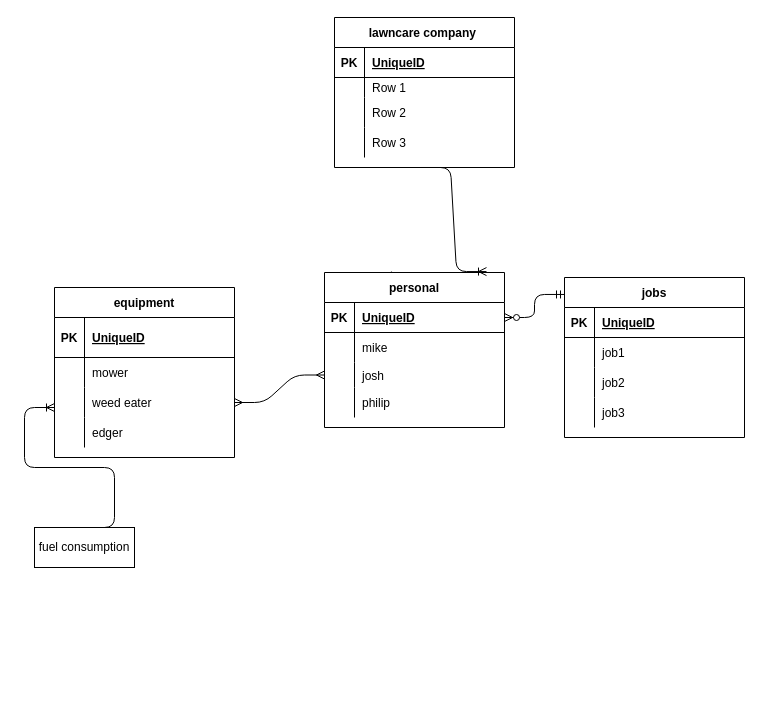
Earlier version of the draw.io diagram Untitled Diagram.drawio (ElijahCrain/portfolioRepo). Source tidied: cells renumbered, new cells numbered last; positions are measured from the earlier drawing's top-left corner, leaving out a move shared by most shapes. Both pictures are drawn from the tidied source at 100%, with x=0, y=0 at pixel (34, 17).
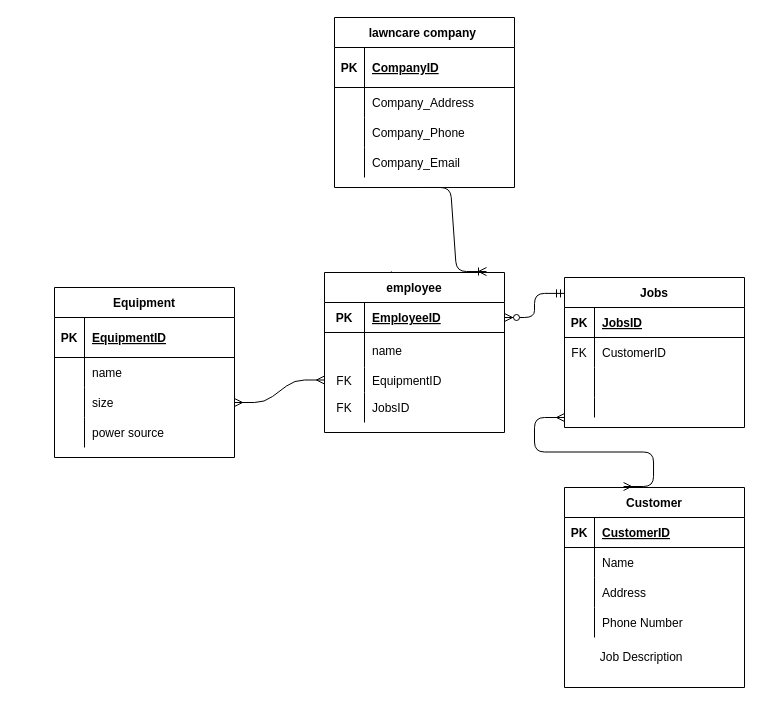
The same diagram, later.

The change refers to these unchanged cells:
```xml
<mxCell id="16" style="shape=partialRectangle;fillColor=none;top=0;left=0;bottom=1;right=0;" parent="15" vertex="1">
  <mxGeometry y="30" width="180" height="40" as="geometry" />
</mxCell>
<mxCell id="19" style="shape=partialRectangle;fillColor=none;top=0;left=0;bottom=0;right=0;" parent="15" vertex="1">
  <mxGeometry y="70" width="180" height="30" as="geometry" />
</mxCell>
<mxCell id="22" style="shape=partialRectangle;fillColor=none;top=0;left=0;bottom=0;right=0;points=[[0,0.5],[1,0.5]];portConstraint=eastwest;" parent="15" vertex="1">
  <mxGeometry y="100" width="180" height="30" as="geometry" />
</mxCell>
<mxCell id="25" style="shape=partialRectangle;fillColor=none;top=0;left=0;bottom=0;right=0;" parent="15" vertex="1">
  <mxGeometry y="130" width="180" height="30" as="geometry" />
</mxCell>
<mxCell id="30" style="shape=partialRectangle;fillColor=none;top=0;left=0;bottom=1;right=0;" parent="29" vertex="1">
  <mxGeometry y="30" width="180" height="30" as="geometry" />
</mxCell>
<mxCell id="33" style="shape=partialRectangle;fillColor=none;top=0;left=0;bottom=0;right=0;" parent="29" vertex="1">
  <mxGeometry y="60" width="180" height="30" as="geometry" />
</mxCell>
<mxCell id="36" style="shape=partialRectangle;fillColor=none;top=0;left=0;bottom=0;right=0;" parent="29" vertex="1">
  <mxGeometry y="90" width="180" height="30" as="geometry" />
</mxCell>
<mxCell id="44" style="shape=partialRectangle;fillColor=none;top=0;left=0;bottom=1;right=0;points=[[0,0.5],[1,0.5]];portConstraint=eastwest;" parent="43" vertex="1">
  <mxGeometry y="30" width="180" height="30" as="geometry" />
</mxCell>
```

The edit, as a diff of the source:
```diff
@@
     <mxCell id="2" value="lawncare company " style="shape=table;startSize=30;childLayout=tableLayout;rowLines=0;fontStyle=1;align=center;" parent="1" vertex="1">
-      <mxGeometry x="300" width="180" height="150" as="geometry" />
+      <mxGeometry x="300" width="180" height="170" as="geometry" />
     </mxCell>
     <mxCell id="3" style="shape=partialRectangle;fillColor=none;top=0;left=0;bottom=1;right=0;" parent="2" vertex="1">
-      <mxGeometry y="30" width="180" height="30" as="geometry" />
+      <mxGeometry y="30" width="180" height="40" as="geometry" />
     </mxCell>
     <mxCell id="4" value="PK" style="shape=partialRectangle;fillColor=none;top=0;left=0;bottom=0;right=0;fontStyle=1;overflow=hidden;" parent="3" vertex="1">
-      <mxGeometry width="30" height="30" as="geometry" />
+      <mxGeometry width="30" height="40" as="geometry" />
     </mxCell>
-    <mxCell id="5" value="UniqueID" style="shape=partialRectangle;fillColor=none;top=0;left=0;bottom=0;right=0;align=left;spacingLeft=6;fontStyle=5;overflow=hidden;" parent="3" vertex="1">
-      <mxGeometry x="30" width="150" height="30" as="geometry" />
+    <mxCell id="5" value="CompanyID" style="shape=partialRectangle;fillColor=none;top=0;left=0;bottom=0;right=0;align=left;spacingLeft=6;fontStyle=5;overflow=hidden;" parent="3" vertex="1">
+      <mxGeometry x="30" width="150" height="40" as="geometry" />
     </mxCell>
     <mxCell id="6" style="shape=partialRectangle;fillColor=none;top=0;left=0;bottom=0;right=0;" parent="2" vertex="1">
-      <mxGeometry y="60" width="180" height="20" as="geometry" />
+      <mxGeometry y="70" width="180" height="30" as="geometry" />
     </mxCell>
     <mxCell id="7" style="shape=partialRectangle;fillColor=none;top=0;left=0;bottom=0;right=0;overflow=hidden;" parent="6" vertex="1">
-      <mxGeometry width="30" height="20" as="geometry" />
+      <mxGeometry width="30" height="30" as="geometry" />
     </mxCell>
-    <mxCell id="8" value="Row 1" style="shape=partialRectangle;fillColor=none;top=0;left=0;bottom=0;right=0;align=left;spacingLeft=6;overflow=hidden;" parent="6" vertex="1">
-      <mxGeometry x="30" width="150" height="20" as="geometry" />
+    <mxCell id="8" value="Company_Address" style="shape=partialRectangle;fillColor=none;top=0;left=0;bottom=0;right=0;align=left;spacingLeft=6;overflow=hidden;" parent="6" vertex="1">
+      <mxGeometry x="30" width="150" height="30" as="geometry" />
     </mxCell>
     <mxCell id="9" style="shape=partialRectangle;fillColor=none;top=0;left=0;bottom=0;right=0;" parent="2" vertex="1">
-      <mxGeometry y="80" width="180" height="30" as="geometry" />
+      <mxGeometry y="100" width="180" height="30" as="geometry" />
     </mxCell>
@@
-    <mxCell id="11" value="Row 2" style="shape=partialRectangle;fillColor=none;top=0;left=0;bottom=0;right=0;align=left;spacingLeft=6;overflow=hidden;" parent="9" vertex="1">
+    <mxCell id="11" value="Company_Phone" style="shape=partialRectangle;fillColor=none;top=0;left=0;bottom=0;right=0;align=left;spacingLeft=6;overflow=hidden;" parent="9" vertex="1">
       <mxGeometry x="30" width="150" height="30" as="geometry" />
     </mxCell>
     <mxCell id="12" style="shape=partialRectangle;fillColor=none;top=0;left=0;bottom=0;right=0;points=[[0,0.5],[1,0.5]];portConstraint=eastwest;" parent="2" vertex="1">
-      <mxGeometry y="110" width="180" height="30" as="geometry" />
+      <mxGeometry y="130" width="180" height="30" as="geometry" />
     </mxCell>
@@
-    <mxCell id="14" value="Row 3" style="shape=partialRectangle;fillColor=none;top=0;left=0;bottom=0;right=0;align=left;spacingLeft=6;overflow=hidden;" parent="12" vertex="1">
+    <mxCell id="14" value="Company_Email" style="shape=partialRectangle;fillColor=none;top=0;left=0;bottom=0;right=0;align=left;spacingLeft=6;overflow=hidden;" parent="12" vertex="1">
       <mxGeometry x="30" width="150" height="30" as="geometry" />
     </mxCell>
-    <mxCell id="15" value="equipment" style="shape=table;startSize=30;childLayout=tableLayout;rowLines=0;fontStyle=1;align=center;" parent="1" vertex="1">
+    <mxCell id="15" value="Equipment" style="shape=table;startSize=30;childLayout=tableLayout;rowLines=0;fontStyle=1;align=center;" parent="1" vertex="1">
       <mxGeometry x="20" y="270" width="180" height="170" as="geometry" />
     </mxCell>
@@
-    <mxCell id="18" value="UniqueID" style="shape=partialRectangle;fillColor=none;top=0;left=0;bottom=0;right=0;align=left;spacingLeft=6;fontStyle=5;overflow=hidden;" parent="16" vertex="1">
+    <mxCell id="18" value="EquipmentID" style="shape=partialRectangle;fillColor=none;top=0;left=0;bottom=0;right=0;align=left;spacingLeft=6;fontStyle=5;overflow=hidden;" parent="16" vertex="1">
       <mxGeometry x="30" width="150" height="40" as="geometry" />
     </mxCell>
@@
-    <mxCell id="21" value="mower" style="shape=partialRectangle;fillColor=none;top=0;left=0;bottom=0;right=0;align=left;spacingLeft=6;overflow=hidden;" parent="19" vertex="1">
+    <mxCell id="21" value="name" style="shape=partialRectangle;fillColor=none;top=0;left=0;bottom=0;right=0;align=left;spacingLeft=6;overflow=hidden;" parent="19" vertex="1">
       <mxGeometry x="30" width="150" height="30" as="geometry" />
     </mxCell>
@@
-    <mxCell id="24" value="weed eater" style="shape=partialRectangle;fillColor=none;top=0;left=0;bottom=0;right=0;align=left;spacingLeft=6;overflow=hidden;" parent="22" vertex="1">
+    <mxCell id="24" value="size" style="shape=partialRectangle;fillColor=none;top=0;left=0;bottom=0;right=0;align=left;spacingLeft=6;overflow=hidden;" parent="22" vertex="1">
       <mxGeometry x="30" width="150" height="30" as="geometry" />
     </mxCell>
@@
-    <mxCell id="27" value="edger" style="shape=partialRectangle;fillColor=none;top=0;left=0;bottom=0;right=0;align=left;spacingLeft=6;overflow=hidden;" parent="25" vertex="1">
+    <mxCell id="27" value="power source " style="shape=partialRectangle;fillColor=none;top=0;left=0;bottom=0;right=0;align=left;spacingLeft=6;overflow=hidden;" parent="25" vertex="1">
       <mxGeometry x="30" width="150" height="30" as="geometry" />
     </mxCell>
@@
-    <mxCell id="29" value="jobs" style="shape=table;startSize=30;childLayout=tableLayout;rowLines=0;fontStyle=1;align=center;" parent="1" vertex="1">
-      <mxGeometry x="530" y="260" width="180" height="160" as="geometry" />
+    <mxCell id="29" value="Jobs" style="shape=table;startSize=30;childLayout=tableLayout;rowLines=0;fontStyle=1;align=center;" parent="1" vertex="1">
+      <mxGeometry x="530" y="260" width="180" height="150" as="geometry" />
     </mxCell>
@@
-    <mxCell id="32" value="UniqueID" style="shape=partialRectangle;fillColor=none;top=0;left=0;bottom=0;right=0;align=left;spacingLeft=6;fontStyle=5;overflow=hidden;" parent="30" vertex="1">
+    <mxCell id="32" value="JobsID" style="shape=partialRectangle;fillColor=none;top=0;left=0;bottom=0;right=0;align=left;spacingLeft=6;fontStyle=5;overflow=hidden;" parent="30" vertex="1">
       <mxGeometry x="30" width="150" height="30" as="geometry" />
     </mxCell>
@@
-    <mxCell id="34" style="shape=partialRectangle;fillColor=none;top=0;left=0;bottom=0;right=0;overflow=hidden;" parent="33" vertex="1">
+    <mxCell id="34" value="FK" style="shape=partialRectangle;fillColor=none;top=0;left=0;bottom=0;right=0;overflow=hidden;" parent="33" vertex="1">
       <mxGeometry width="30" height="30" as="geometry" />
     </mxCell>
-    <mxCell id="35" value="job1" style="shape=partialRectangle;fillColor=none;top=0;left=0;bottom=0;right=0;align=left;spacingLeft=6;overflow=hidden;" parent="33" vertex="1">
+    <mxCell id="35" value="CustomerID" style="shape=partialRectangle;fillColor=none;top=0;left=0;bottom=0;right=0;align=left;spacingLeft=6;overflow=hidden;" parent="33" vertex="1">
       <mxGeometry x="30" width="150" height="30" as="geometry" />
     </mxCell>
@@
-    <mxCell id="38" value="job2" style="shape=partialRectangle;fillColor=none;top=0;left=0;bottom=0;right=0;align=left;spacingLeft=6;overflow=hidden;" parent="36" vertex="1">
+    <mxCell id="38" style="shape=partialRectangle;fillColor=none;top=0;left=0;bottom=0;right=0;align=left;spacingLeft=6;overflow=hidden;" parent="36" vertex="1">
       <mxGeometry x="30" width="150" height="30" as="geometry" />
     </mxCell>
     <mxCell id="39" style="shape=partialRectangle;fillColor=none;top=0;left=0;bottom=0;right=0;" parent="29" vertex="1">
-      <mxGeometry y="120" width="180" height="30" as="geometry" />
+      <mxGeometry y="120" width="180" height="20" as="geometry" />
     </mxCell>
     <mxCell id="40" style="shape=partialRectangle;fillColor=none;top=0;left=0;bottom=0;right=0;overflow=hidden;" parent="39" vertex="1">
-      <mxGeometry width="30" height="30" as="geometry" />
+      <mxGeometry width="30" height="20" as="geometry" />
     </mxCell>
-    <mxCell id="41" value="job3" style="shape=partialRectangle;fillColor=none;top=0;left=0;bottom=0;right=0;align=left;spacingLeft=6;overflow=hidden;" parent="39" vertex="1">
-      <mxGeometry x="30" width="150" height="30" as="geometry" />
+    <mxCell id="41" style="shape=partialRectangle;fillColor=none;top=0;left=0;bottom=0;right=0;align=left;spacingLeft=6;overflow=hidden;" parent="39" vertex="1">
+      <mxGeometry x="30" width="150" height="20" as="geometry" />
     </mxCell>
@@
-    <mxCell id="43" value="personal" style="shape=table;startSize=30;childLayout=tableLayout;rowLines=0;fontStyle=1;align=center;" parent="1" vertex="1">
-      <mxGeometry x="290" y="255" width="180" height="155" as="geometry" />
+    <mxCell id="43" value="employee" style="shape=table;startSize=30;childLayout=tableLayout;rowLines=0;fontStyle=1;align=center;" parent="1" vertex="1">
+      <mxGeometry x="290" y="255" width="180" height="160" as="geometry" />
     </mxCell>
@@
     <mxCell id="45" value="PK" style="shape=partialRectangle;fillColor=none;top=0;left=0;bottom=0;right=0;fontStyle=1;overflow=hidden;" parent="44" vertex="1">
-      <mxGeometry width="30" height="30" as="geometry" />
+      <mxGeometry width="40" height="30" as="geometry" />
     </mxCell>
-    <mxCell id="46" value="UniqueID" style="shape=partialRectangle;fillColor=none;top=0;left=0;bottom=0;right=0;align=left;spacingLeft=6;fontStyle=5;overflow=hidden;" parent="44" vertex="1">
-      <mxGeometry x="30" width="150" height="30" as="geometry" />
+    <mxCell id="46" value="EmployeeID" style="shape=partialRectangle;fillColor=none;top=0;left=0;bottom=0;right=0;align=left;spacingLeft=6;fontStyle=5;overflow=hidden;" parent="44" vertex="1">
+      <mxGeometry x="40" width="140" height="30" as="geometry" />
     </mxCell>
     <mxCell id="47" style="shape=partialRectangle;fillColor=none;top=0;left=0;bottom=0;right=0;" parent="43" vertex="1">
-      <mxGeometry y="60" width="180" height="30" as="geometry" />
+      <mxGeometry y="60" width="180" height="35" as="geometry" />
     </mxCell>
     <mxCell id="48" style="shape=partialRectangle;fillColor=none;top=0;left=0;bottom=0;right=0;overflow=hidden;" parent="47" vertex="1">
-      <mxGeometry width="30" height="30" as="geometry" />
+      <mxGeometry width="40" height="35" as="geometry" />
     </mxCell>
-    <mxCell id="49" value="mike" style="shape=partialRectangle;fillColor=none;top=0;left=0;bottom=0;right=0;align=left;spacingLeft=6;overflow=hidden;" parent="47" vertex="1">
-      <mxGeometry x="30" width="150" height="30" as="geometry" />
+    <mxCell id="49" value="name" style="shape=partialRectangle;fillColor=none;top=0;left=0;bottom=0;right=0;align=left;spacingLeft=6;overflow=hidden;" parent="47" vertex="1">
+      <mxGeometry x="40" width="140" height="35" as="geometry" />
     </mxCell>
     <mxCell id="50" style="shape=partialRectangle;fillColor=none;top=0;left=0;bottom=0;right=0;points=[[0,0.5],[1,0.5]];portConstraint=eastwest;" parent="43" vertex="1">
-      <mxGeometry y="90" width="180" height="25" as="geometry" />
+      <mxGeometry y="95" width="180" height="25" as="geometry" />
     </mxCell>
-    <mxCell id="51" style="shape=partialRectangle;fillColor=none;top=0;left=0;bottom=0;right=0;overflow=hidden;" parent="50" vertex="1">
-      <mxGeometry width="30" height="25" as="geometry" />
+    <mxCell id="51" value="FK" style="shape=partialRectangle;fillColor=none;top=0;left=0;bottom=0;right=0;overflow=hidden;" parent="50" vertex="1">
+      <mxGeometry width="40" height="25" as="geometry" />
     </mxCell>
-    <mxCell id="52" value="josh" style="shape=partialRectangle;fillColor=none;top=0;left=0;bottom=0;right=0;align=left;spacingLeft=6;overflow=hidden;" parent="50" vertex="1">
-      <mxGeometry x="30" width="150" height="25" as="geometry" />
+    <mxCell id="52" value="EquipmentID" style="shape=partialRectangle;fillColor=none;top=0;left=0;bottom=0;right=0;align=left;spacingLeft=6;overflow=hidden;" parent="50" vertex="1">
+      <mxGeometry x="40" width="140" height="25" as="geometry" />
     </mxCell>
     <mxCell id="53" style="shape=partialRectangle;fillColor=none;top=0;left=0;bottom=0;right=0;" parent="43" vertex="1">
-      <mxGeometry y="115" width="180" height="30" as="geometry" />
+      <mxGeometry y="120" width="180" height="30" as="geometry" />
     </mxCell>
-    <mxCell id="54" style="shape=partialRectangle;fillColor=none;top=0;left=0;bottom=0;right=0;overflow=hidden;" parent="53" vertex="1">
-      <mxGeometry width="30" height="30" as="geometry" />
+    <mxCell id="54" value="FK" style="shape=partialRectangle;fillColor=none;top=0;left=0;bottom=0;right=0;overflow=hidden;" parent="53" vertex="1">
+      <mxGeometry width="40" height="30" as="geometry" />
     </mxCell>
-    <mxCell id="55" value="philip" style="shape=partialRectangle;fillColor=none;top=0;left=0;bottom=0;right=0;align=left;spacingLeft=6;overflow=hidden;" parent="53" vertex="1">
-      <mxGeometry x="30" width="150" height="30" as="geometry" />
+    <mxCell id="55" value="JobsID" style="shape=partialRectangle;fillColor=none;top=0;left=0;bottom=0;right=0;align=left;spacingLeft=6;overflow=hidden;" parent="53" vertex="1">
+      <mxGeometry x="40" width="140" height="30" as="geometry" />
     </mxCell>
@@
-    <mxCell id="58" value="fuel consumption" style="whiteSpace=wrap;html=1;align=center;" parent="1" vertex="1">
-      <mxGeometry y="510" width="100" height="40" as="geometry" />
-    </mxCell>
-    <mxCell id="59" style="edgeStyle=entityRelationEdgeStyle;fontSize=12;html=1;endArrow=ERoneToMany;exitX=0.5;exitY=0;exitDx=0;exitDy=0;" parent="1" edge="1" source="58">
-      <mxGeometry relative="1" as="geometry">
-        <mxPoint x="20" y="390" as="targetPoint" />
-      </mxGeometry>
-    </mxCell>
+    <mxCell id="60" value="Customer" style="shape=table;startSize=30;childLayout=tableLayout;rowLines=0;fontStyle=1;align=center;" parent="1" vertex="1">
+      <mxGeometry x="530" y="470" width="180" height="200" as="geometry" />
+    </mxCell>
+    <mxCell id="61" style="shape=partialRectangle;fillColor=none;top=0;left=0;bottom=1;right=0;" parent="60" vertex="1">
+      <mxGeometry y="30" width="180" height="30" as="geometry" />
+    </mxCell>
+    <mxCell id="62" value="PK" style="shape=partialRectangle;fillColor=none;top=0;left=0;bottom=0;right=0;fontStyle=1;overflow=hidden;" parent="61" vertex="1">
+      <mxGeometry width="30" height="30" as="geometry" />
+    </mxCell>
+    <mxCell id="63" value="CustomerID" style="shape=partialRectangle;fillColor=none;top=0;left=0;bottom=0;right=0;align=left;spacingLeft=6;fontStyle=5;overflow=hidden;" parent="61" vertex="1">
+      <mxGeometry x="30" width="150" height="30" as="geometry" />
+    </mxCell>
+    <mxCell id="64" style="shape=partialRectangle;fillColor=none;top=0;left=0;bottom=0;right=0;" parent="60" vertex="1">
+      <mxGeometry y="60" width="180" height="30" as="geometry" />
+    </mxCell>
+    <mxCell id="65" style="shape=partialRectangle;fillColor=none;top=0;left=0;bottom=0;right=0;overflow=hidden;" parent="64" vertex="1">
+      <mxGeometry width="30" height="30" as="geometry" />
+    </mxCell>
+    <mxCell id="66" value="Name" style="shape=partialRectangle;fillColor=none;top=0;left=0;bottom=0;right=0;align=left;spacingLeft=6;overflow=hidden;" parent="64" vertex="1">
+      <mxGeometry x="30" width="150" height="30" as="geometry" />
+    </mxCell>
+    <mxCell id="67" style="shape=partialRectangle;fillColor=none;top=0;left=0;bottom=0;right=0;" parent="60" vertex="1">
+      <mxGeometry y="90" width="180" height="30" as="geometry" />
+    </mxCell>
+    <mxCell id="68" style="shape=partialRectangle;fillColor=none;top=0;left=0;bottom=0;right=0;overflow=hidden;" parent="67" vertex="1">
+      <mxGeometry width="30" height="30" as="geometry" />
+    </mxCell>
+    <mxCell id="69" value="Address" style="shape=partialRectangle;fillColor=none;top=0;left=0;bottom=0;right=0;align=left;spacingLeft=6;overflow=hidden;" parent="67" vertex="1">
+      <mxGeometry x="30" width="150" height="30" as="geometry" />
+    </mxCell>
+    <mxCell id="70" style="shape=partialRectangle;fillColor=none;top=0;left=0;bottom=0;right=0;" parent="60" vertex="1">
+      <mxGeometry y="120" width="180" height="30" as="geometry" />
+    </mxCell>
+    <mxCell id="71" style="shape=partialRectangle;fillColor=none;top=0;left=0;bottom=0;right=0;overflow=hidden;" parent="70" vertex="1">
+      <mxGeometry width="30" height="30" as="geometry" />
+    </mxCell>
+    <mxCell id="72" value="Phone Number" style="shape=partialRectangle;fillColor=none;top=0;left=0;bottom=0;right=0;align=left;spacingLeft=6;overflow=hidden;" parent="70" vertex="1">
+      <mxGeometry x="30" width="150" height="30" as="geometry" />
+    </mxCell>
+    <mxCell id="73" value="&amp;nbsp; &amp;nbsp; &amp;nbsp; &amp;nbsp; &amp;nbsp; Job Description" style="text;html=1;align=center;verticalAlign=middle;" parent="1" vertex="1">
+      <mxGeometry x="525" y="630" width="130" height="20" as="geometry" />
+    </mxCell>
+    <mxCell id="74" style="edgeStyle=entityRelationEdgeStyle;fontSize=12;html=1;endArrow=ERmany;startArrow=ERmany;exitX=0.328;exitY=-0.005;exitDx=0;exitDy=0;exitPerimeter=0;" parent="1" edge="1" source="60">
+      <mxGeometry relative="1" as="geometry">
+        <mxPoint x="530" y="400" as="targetPoint" />
+      </mxGeometry>
+    </mxCell>
```
